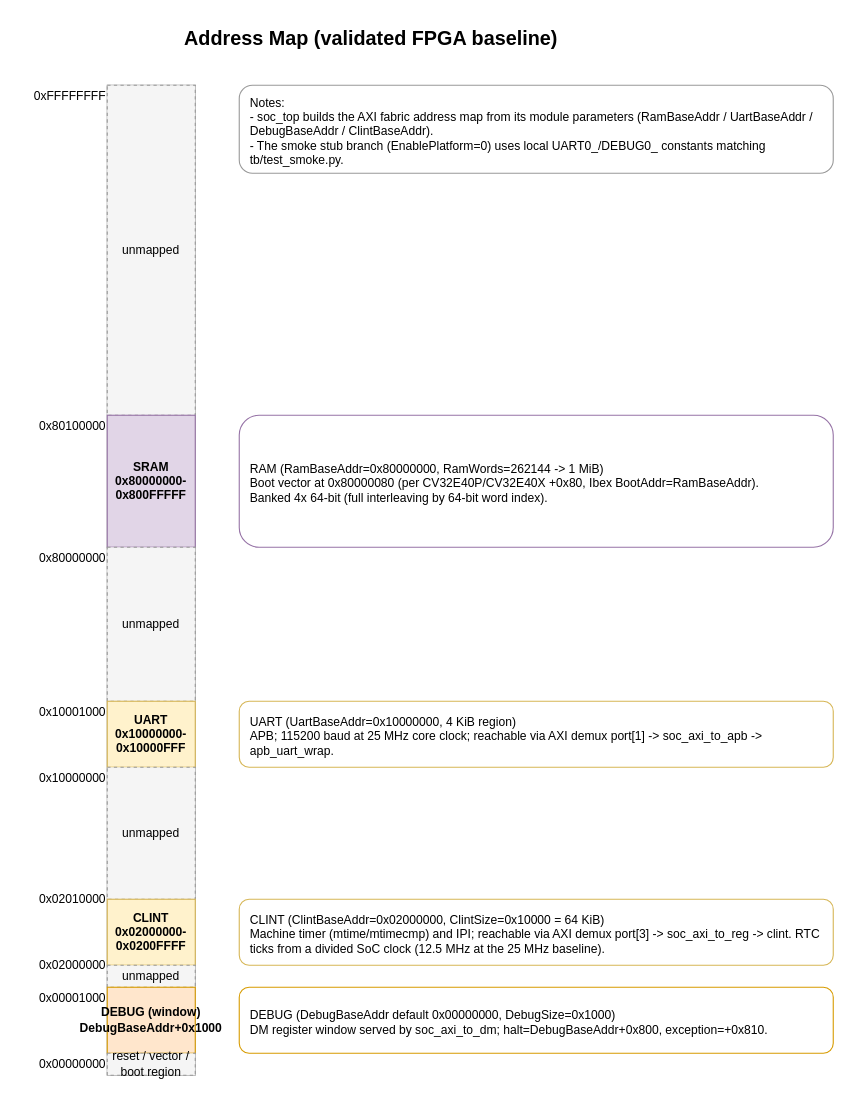
Earlier version of the draw.io diagram page "Memory Map" (6 of 8) of docs/media/corejack_soc.drawio (patrickerich/corejack). Source tidied: cells renumbered, new cells numbered last; positions are measured from the earlier drawing's top-left corner, leaving out a move shared by most shapes. Both pictures are drawn from the tidied source at 110%, with x=0, y=0 at pixel (19, 19).
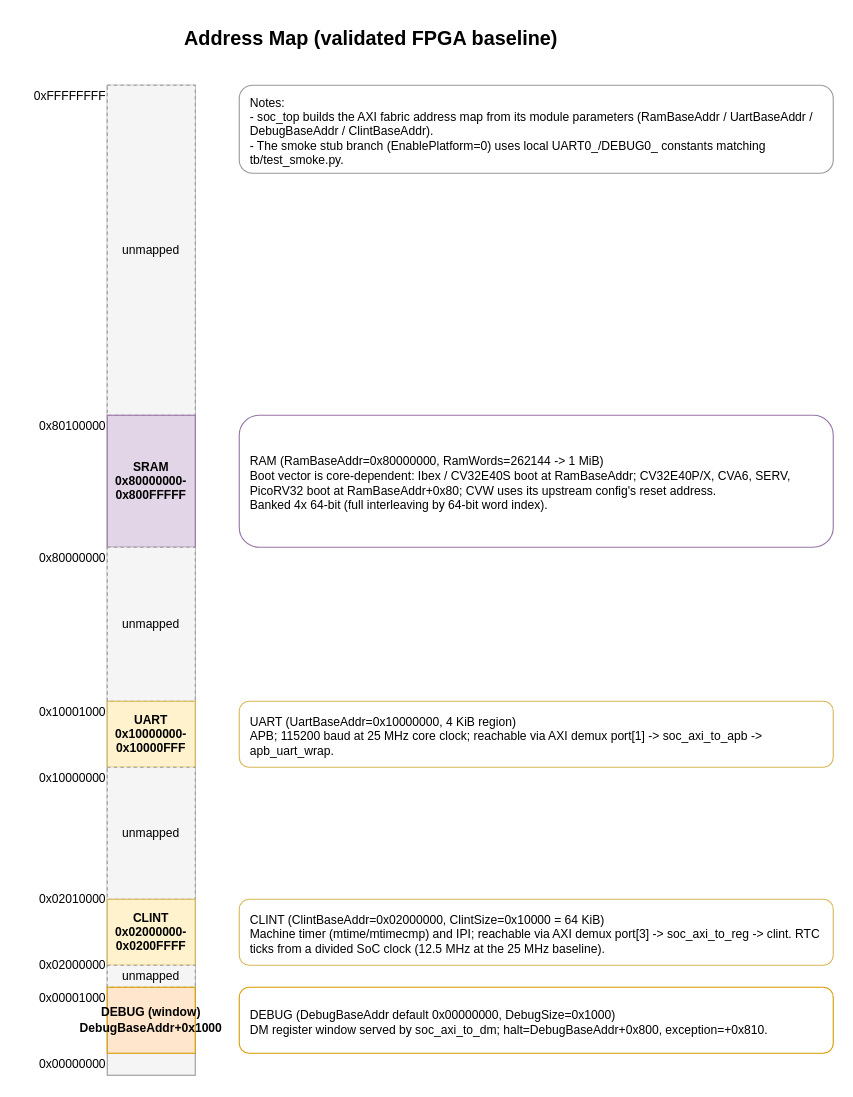
Above is the later version.

What changed in the source:
```diff
@@
-    <mxCell id="22" value="reset / vector / boot region" style="rounded=0;whiteSpace=wrap;html=1;fillColor=#F5F5F5;strokeColor=#999999;fontSize=11;dashed=1;verticalAlign=middle;" parent="1" vertex="1">
-      <mxGeometry x="80" y="940" width="80" height="20" as="geometry" />
-    </mxCell>
-    <mxCell id="23" value="RAM (RamBaseAddr=0x80000000, RamWords=262144 -&gt; 1 MiB)&#10;Boot vector at 0x80000080 (per CV32E40P/CV32E40X +0x80, Ibex BootAddr=RamBaseAddr).&#10;Banked 4x 64-bit (full interleaving by 64-bit word index)." style="rounded=1;whiteSpace=wrap;html=1;fillColor=#FFFFFF;strokeColor=#9673a6;fontSize=11;align=left;spacingLeft=8;spacingTop=4;" parent="1" vertex="1">
+    <mxCell id="23" value="RAM (RamBaseAddr=0x80000000, RamWords=262144 -&gt; 1 MiB)&#10;Boot vector is core-dependent: Ibex / CV32E40S boot at RamBaseAddr; CV32E40P/X, CVA6, SERV, PicoRV32 boot at RamBaseAddr+0x80; CVW uses its upstream config's reset address.&#10;Banked 4x 64-bit (full interleaving by 64-bit word index)." style="rounded=1;whiteSpace=wrap;html=1;fillColor=#FFFFFF;strokeColor=#9673a6;fontSize=11;align=left;spacingLeft=8;spacingTop=4;" parent="1" vertex="1">
       <mxGeometry x="200" y="360" width="540" height="120" as="geometry" />
     </mxCell>
```
